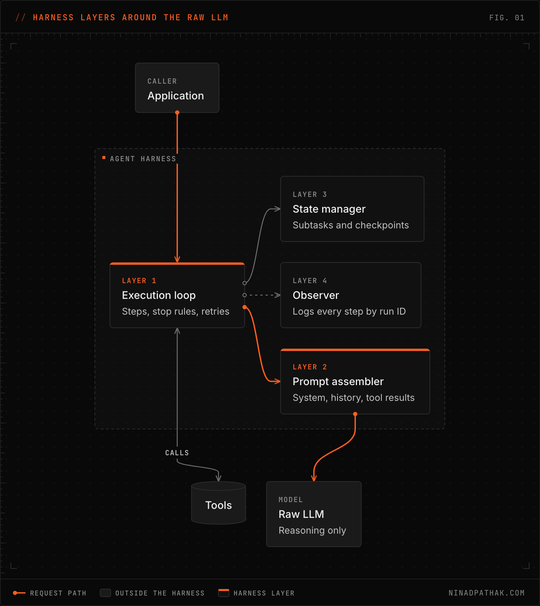
The Mermaid diagram static/images/diagrams/agent-harnesses/harness-layers.dark.png in ninadpathak/ninadpathak, before a commit. Its source is kept beside it as content/diagrams/agent-harnesses/harness-layers.mmd.
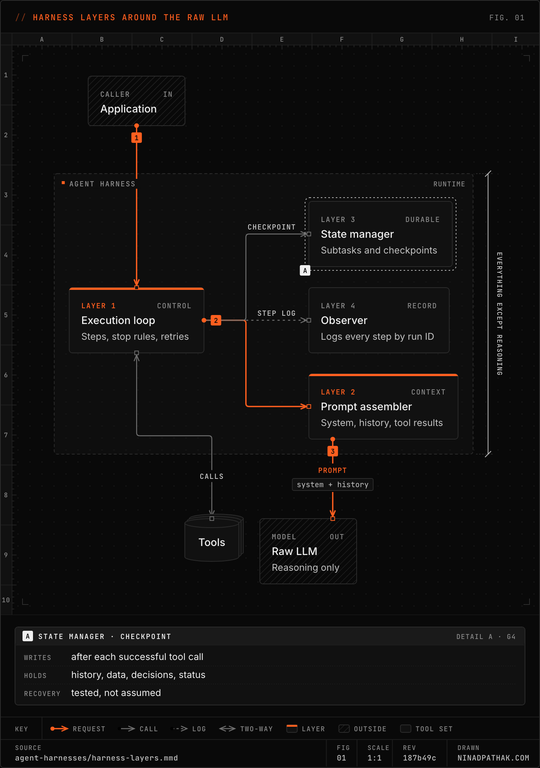
Later version of the same file.

What changed in the source:
```diff
@@ -1,28 +1,28 @@
 flowchart TB
-  app["§Caller
-Application"]:::outcome
-  subgraph harness [Agent harness]
+  app["§Caller | In
+Application"]:::external
+  subgraph harness ["Agent harness | Runtime"]
     direction LR
-    loop["§Layer 1
+    loop["§Layer 1 | Control
 Execution loop
 ~Steps, stop rules, retries"]:::accent
-    prompt["§Layer 2
+    prompt["§Layer 2 | Context
 Prompt assembler
 ~System, history, tool results"]:::accent
-    state["§Layer 3
+    state["§Layer 3 | Durable
 State manager
 ~Subtasks and checkpoints"]
-    observer["§Layer 4
+    observer["§Layer 4 | Record
 Observer
 ~Logs every step by run ID"]
   end
-  llm["§Model
+  llm["§Model | Out
 Raw LLM
-~Reasoning only"]:::outcome
-  tools[("Tools")]:::outcome
+~Reasoning only"]:::external
+  tools[("Tools")]:::stack
   app --> loop
   loop --> prompt
-  prompt --> llm
+  prompt -->|prompt :: system + history| llm
   loop <-->|calls| tools
-  loop --> state
-  loop -.-> observer
+  loop -->|checkpoint| state
+  loop -.->|step log| observer
```
